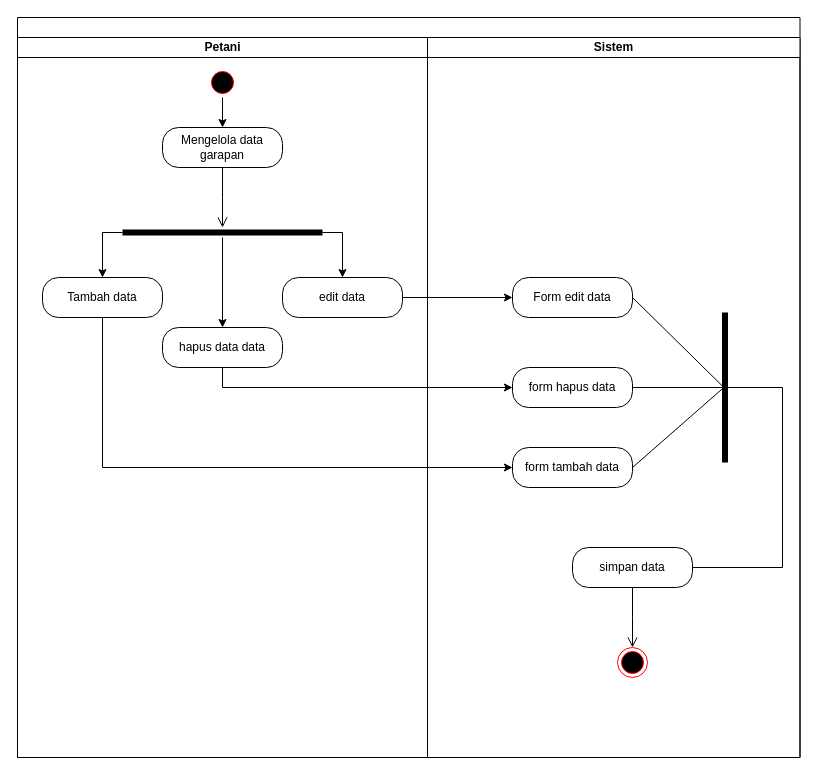
The draw.io diagram Activity diagram data garapan.drawio in zzarr/Project3-design-diagram, before the edit. Source tidied: cells renumbered, new cells numbered last; positions are measured from the earlier drawing's top-left corner, leaving out a move shared by most shapes. Both pictures are drawn from the tidied source at 100%, with x=0, y=0 at pixel (17, 17).
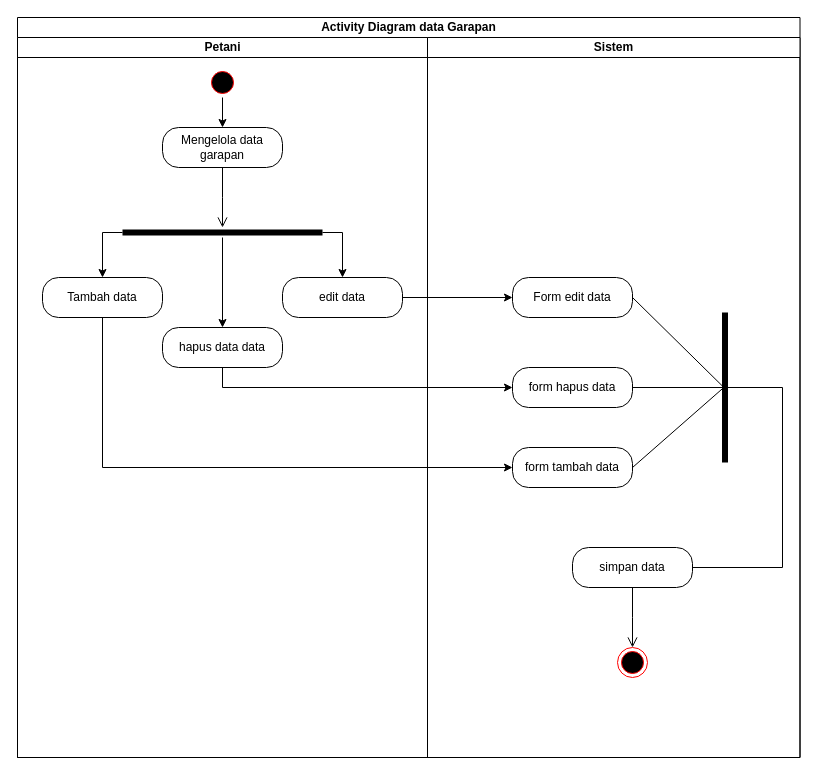
After the change.

Diff of the diagram source:
```diff
@@
-    <mxCell id="2" style="swimlane;startSize=20;html=1;" parent="1" vertex="1">
+    <mxCell id="2" value="Activity Diagram data Garapan" style="swimlane;startSize=20;html=1;" parent="1" vertex="1">
       <mxGeometry width="782.5" height="740" as="geometry" />
     </mxCell>
```
